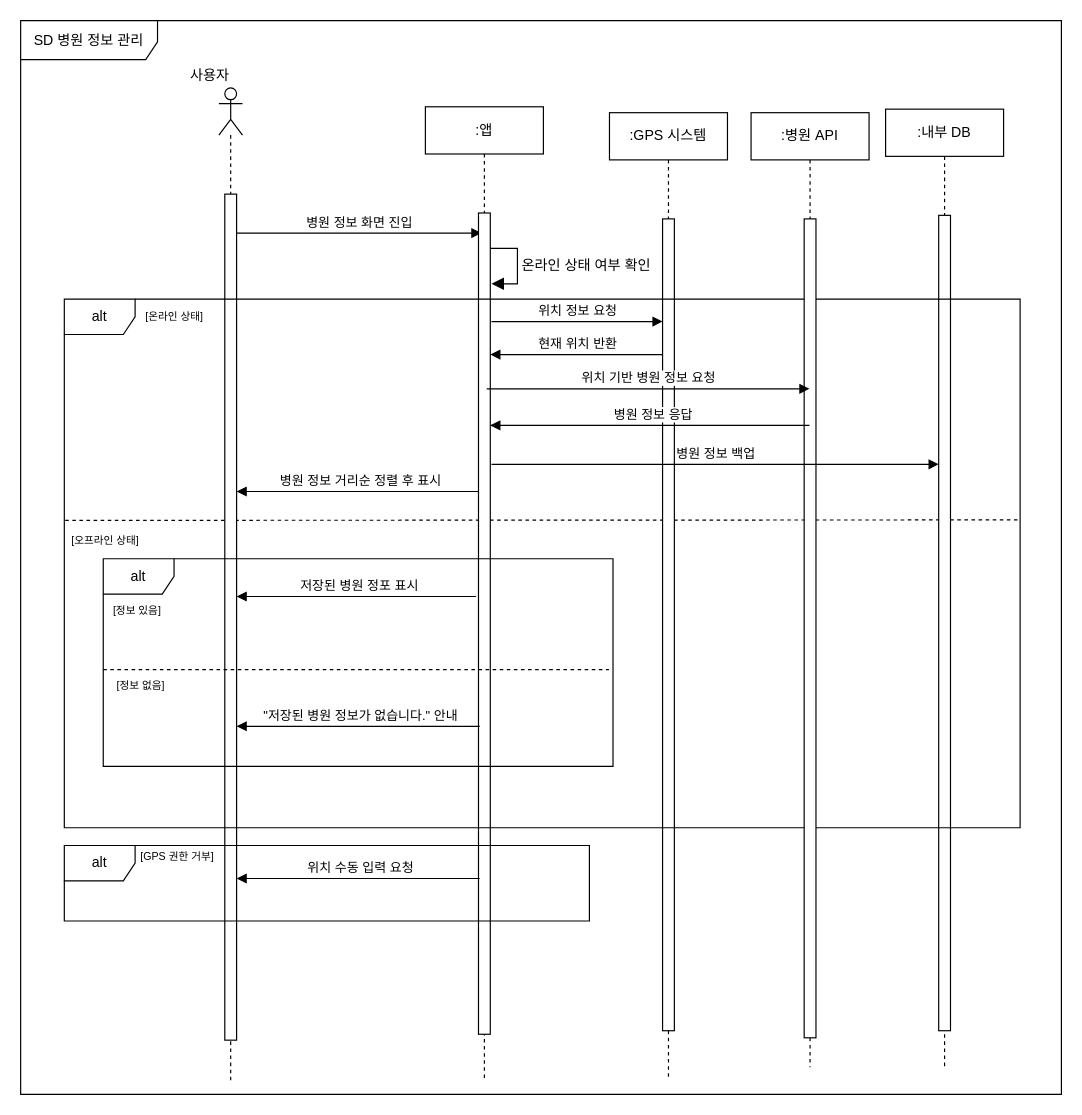
Earlier version of the draw.io diagram page "병원 정보 관리" (5 of 8) of sd.drawio (wnthsk/sejujun). Source tidied: cells renumbered, new cells numbered last; positions are measured from the earlier drawing's top-left corner, leaving out a move shared by most shapes. Both pictures are drawn from the tidied source at 118%, with x=0, y=0 at pixel (20, 20).
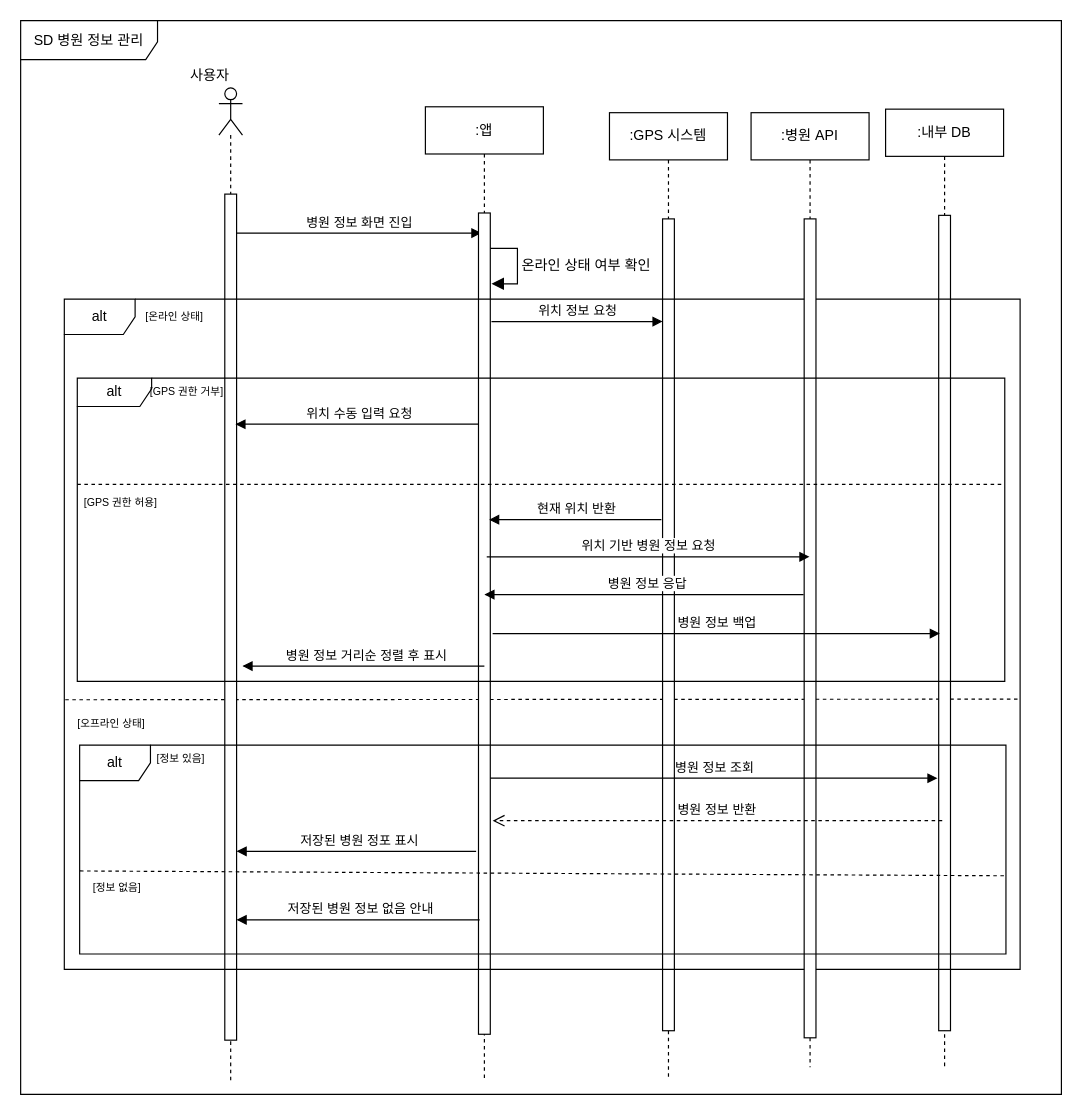
Above is the later version.

What changed in the source:
```diff
@@
     <mxCell id="5" style="endArrow=none;dashed=1;html=1;rounded=0;exitX=0.001;exitY=0.394;exitDx=0;exitDy=0;exitPerimeter=0;entryX=1;entryY=0.393;entryDx=0;entryDy=0;entryPerimeter=0;" parent="1" edge="1">
       <mxGeometry relative="1" as="geometry">
-        <mxPoint x="37.8" y="423.5" as="sourcePoint" />
-        <mxPoint x="847" y="423.1" as="targetPoint" />
+        <mxPoint x="37.8" y="575.5" as="sourcePoint" />
+        <mxPoint x="847" y="575" as="targetPoint" />
       </mxGeometry>
     </mxCell>
@@
     <mxCell id="16" value="alt" style="shape=umlFrame;whiteSpace=wrap;html=1;" parent="1" vertex="1">
-      <mxGeometry x="37" y="236" width="810" height="448" as="geometry" />
+      <mxGeometry x="37" y="236" width="810" height="568" as="geometry" />
     </mxCell>
@@
     <mxCell id="20" value="현재 위치 반환" style="html=1;verticalAlign=bottom;endArrow=block;curved=0;rounded=0;" parent="1" edge="1">
       <mxGeometry x="-0.02" relative="1" as="geometry">
-        <mxPoint x="544" y="283" as="sourcePoint" />
-        <mxPoint x="398" y="283" as="targetPoint" />
+        <mxPoint x="543" y="422.9" as="sourcePoint" />
+        <mxPoint x="397" y="422.9" as="targetPoint" />
       </mxGeometry>
     </mxCell>
     <mxCell id="21" value="위치 기반 병원 정보 요청" style="html=1;verticalAlign=bottom;endArrow=block;curved=0;rounded=0;" parent="1" edge="1">
       <mxGeometry relative="1" as="geometry">
-        <mxPoint x="395" y="312" as="sourcePoint" />
-        <mxPoint x="668.5" y="312" as="targetPoint" />
+        <mxPoint x="395" y="454.4" as="sourcePoint" />
+        <mxPoint x="668.5" y="454.4" as="targetPoint" />
       </mxGeometry>
     </mxCell>
     <mxCell id="22" value="병원 정보 응답" style="html=1;verticalAlign=bottom;endArrow=block;curved=0;rounded=0;" parent="1" edge="1">
       <mxGeometry x="-0.02" relative="1" as="geometry">
-        <mxPoint x="668.5" y="343" as="sourcePoint" />
-        <mxPoint x="398" y="343" as="targetPoint" />
+        <mxPoint x="663.5" y="486.4" as="sourcePoint" />
+        <mxPoint x="393" y="486.4" as="targetPoint" />
         <Array as="points">
-          <mxPoint x="399" y="343" />
+          <mxPoint x="394" y="486.4" />
         </Array>
       </mxGeometry>
     </mxCell>
     <mxCell id="23" value="병원 정보 거리순 정렬 후 표시" style="html=1;verticalAlign=bottom;endArrow=block;curved=0;rounded=0;" parent="1" edge="1">
       <mxGeometry x="-0.02" relative="1" as="geometry">
-        <mxPoint x="388" y="399" as="sourcePoint" />
-        <mxPoint x="183" y="399" as="targetPoint" />
+        <mxPoint x="393" y="547" as="sourcePoint" />
+        <mxPoint x="188" y="547" as="targetPoint" />
         <Array as="points">
-          <mxPoint x="184" y="399" />
+          <mxPoint x="189" y="547" />
         </Array>
       </mxGeometry>
     </mxCell>
     <mxCell id="24" value="병원 정보 백업" style="html=1;verticalAlign=bottom;endArrow=block;curved=0;rounded=0;" parent="1" edge="1">
       <mxGeometry relative="1" as="geometry">
-        <mxPoint x="399" y="376" as="sourcePoint" />
-        <mxPoint x="778" y="376" as="targetPoint" />
+        <mxPoint x="400" y="519.4" as="sourcePoint" />
+        <mxPoint x="779" y="519.4" as="targetPoint" />
       </mxGeometry>
     </mxCell>
     <mxCell id="25" value="[오프라인 상태]" style="text;html=1;align=center;verticalAlign=middle;whiteSpace=wrap;rounded=0;fontSize=9;" parent="1" vertex="1">
-      <mxGeometry x="40" y="426" width="64" height="30" as="geometry" />
+      <mxGeometry x="45" y="581" width="64" height="30" as="geometry" />
     </mxCell>
     <mxCell id="26" value="alt" style="shape=umlFrame;whiteSpace=wrap;html=1;" parent="1" vertex="1">
-      <mxGeometry x="70" y="456" width="432" height="176" as="geometry" />
+      <mxGeometry x="50" y="614" width="785" height="177" as="geometry" />
     </mxCell>
     <mxCell id="27" value="저장된 병원 정포 표시" style="html=1;verticalAlign=bottom;endArrow=block;curved=0;rounded=0;" parent="1" edge="1">
       <mxGeometry x="-0.02" relative="1" as="geometry">
-        <mxPoint x="386" y="488" as="sourcePoint" />
-        <mxPoint x="183" y="488" as="targetPoint" />
+        <mxPoint x="386" y="704" as="sourcePoint" />
+        <mxPoint x="183" y="704" as="targetPoint" />
         <Array as="points">
-          <mxPoint x="184" y="488" />
+          <mxPoint x="184" y="704" />
         </Array>
       </mxGeometry>
     </mxCell>
-    <mxCell id="28" style="endArrow=none;dashed=1;html=1;rounded=0;exitX=0.001;exitY=0.5;exitDx=0;exitDy=0;exitPerimeter=0;entryX=0.992;entryY=0.534;entryDx=0;entryDy=0;entryPerimeter=0;" parent="1" edge="1" target="26">
+    <mxCell id="28" style="endArrow=none;dashed=1;html=1;rounded=0;exitX=0.008;exitY=0.512;exitDx=0;exitDy=0;exitPerimeter=0;entryX=1.008;entryY=0.535;entryDx=0;entryDy=0;entryPerimeter=0;" parent="1" edge="1">
       <mxGeometry relative="1" as="geometry">
-        <mxPoint x="70" y="550" as="sourcePoint" />
+        <mxPoint x="50.3" y="720.6" as="sourcePoint" />
+        <mxPoint x="835.3" y="724.7" as="targetPoint" />
       </mxGeometry>
     </mxCell>
-    <mxCell id="29" value="&quot;저장된 병원 정보가 없습니다.&quot; 안내" style="html=1;verticalAlign=bottom;endArrow=block;curved=0;rounded=0;" parent="1" edge="1">
+    <mxCell id="29" value="저장된 병원 정보 없음 안내" style="html=1;verticalAlign=bottom;endArrow=block;curved=0;rounded=0;" parent="1" edge="1">
       <mxGeometry x="-0.02" relative="1" as="geometry">
-        <mxPoint x="389" y="598" as="sourcePoint" />
-        <mxPoint x="183" y="598" as="targetPoint" />
+        <mxPoint x="389" y="762" as="sourcePoint" />
+        <mxPoint x="183" y="762" as="targetPoint" />
         <Array as="points">
-          <mxPoint x="184" y="598" />
+          <mxPoint x="184" y="762" />
         </Array>
       </mxGeometry>
     </mxCell>
     <mxCell id="30" value="[정보 있음]" style="text;html=1;align=center;verticalAlign=middle;whiteSpace=wrap;rounded=0;fontSize=9;" parent="1" vertex="1">
-      <mxGeometry x="67" y="485" width="64" height="30" as="geometry" />
+      <mxGeometry x="104" y="611" width="64" height="30" as="geometry" />
     </mxCell>
     <mxCell id="31" value="[정보 없음]" style="text;html=1;align=center;verticalAlign=middle;whiteSpace=wrap;rounded=0;fontSize=9;" parent="1" vertex="1">
-      <mxGeometry x="70" y="549" width="64" height="30" as="geometry" />
+      <mxGeometry x="50" y="720" width="64" height="30" as="geometry" />
     </mxCell>
-    <mxCell id="32" value="alt" style="shape=umlFrame;whiteSpace=wrap;html=1;" parent="1" vertex="1">
-      <mxGeometry x="37" y="699" width="445" height="64" as="geometry" />
+    <mxCell id="32" value="alt" style="shape=umlFrame;whiteSpace=wrap;html=1;width=63;height=24;" parent="1" vertex="1">
+      <mxGeometry x="48" y="303" width="786" height="257" as="geometry" />
     </mxCell>
+    <mxCell id="34" value="위치 수동 입력 요청" style="html=1;verticalAlign=bottom;endArrow=block;curved=0;rounded=0;" parent="1" edge="1">
+      <mxGeometry x="-0.02" relative="1" as="geometry">
+        <mxPoint x="388" y="342" as="sourcePoint" />
+        <mxPoint x="182" y="342" as="targetPoint" />
+        <Array as="points">
+          <mxPoint x="183" y="342" />
+        </Array>
+      </mxGeometry>
+    </mxCell>
+    <mxCell id="35" style="endArrow=none;dashed=1;html=1;rounded=0;entryX=1;entryY=0.393;entryDx=0;entryDy=0;entryPerimeter=0;" parent="1" edge="1">
+      <mxGeometry relative="1" as="geometry">
+        <mxPoint x="48" y="393" as="sourcePoint" />
+        <mxPoint x="831.2" y="393" as="targetPoint" />
+      </mxGeometry>
+    </mxCell>
     <mxCell id="33" value="[GPS 권한 거부]" style="text;html=1;align=center;verticalAlign=middle;whiteSpace=wrap;rounded=0;fontSize=9;" parent="1" vertex="1">
-      <mxGeometry x="98" y="694" width="70" height="30" as="geometry" />
+      <mxGeometry x="104" y="300" width="74" height="30" as="geometry" />
     </mxCell>
-    <mxCell id="34" value="위치 수동 입력 요청" style="html=1;verticalAlign=bottom;endArrow=block;curved=0;rounded=0;" parent="1" edge="1">
-      <mxGeometry x="-0.02" relative="1" as="geometry">
-        <mxPoint x="389" y="727" as="sourcePoint" />
-        <mxPoint x="183" y="727" as="targetPoint" />
-        <Array as="points">
-          <mxPoint x="184" y="727" />
-        </Array>
-      </mxGeometry>
-    </mxCell>
+    <mxCell id="36" value="[GPS 권한 허용]" style="text;html=1;align=center;verticalAlign=middle;whiteSpace=wrap;rounded=0;fontSize=9;" parent="1" vertex="1">
+      <mxGeometry x="48" y="394" width="74" height="30" as="geometry" />
+    </mxCell>
+    <mxCell id="37" value="병원 정보 조회" style="html=1;verticalAlign=bottom;endArrow=block;curved=0;rounded=0;" parent="1" edge="1">
+      <mxGeometry relative="1" as="geometry">
+        <mxPoint x="398" y="642" as="sourcePoint" />
+        <mxPoint x="777" y="642" as="targetPoint" />
+      </mxGeometry>
+    </mxCell>
+    <mxCell id="38" value="병원 정보 반환" style="html=1;verticalAlign=bottom;endArrow=open;dashed=1;endSize=8;curved=0;rounded=0;" parent="1" edge="1">
+      <mxGeometry relative="1" as="geometry">
+        <mxPoint x="781" y="678" as="sourcePoint" />
+        <mxPoint x="400" y="678" as="targetPoint" />
+      </mxGeometry>
+    </mxCell>
```
